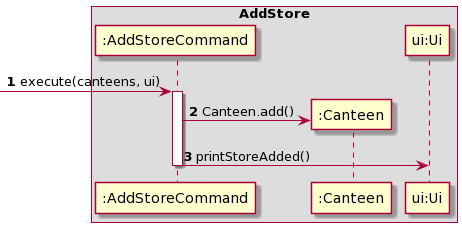
The PlantUML diagram docs/img/AddStore.png in nus-cs2113-AY2021S2/tp, before a commit. Its diagram source:
```plantuml
@startuml

autonumber
box AddStore

->":AddStoreCommand" : execute(canteens, ui)
activate ":AddStoreCommand"

create ":Canteen"
":AddStoreCommand" -> ":Canteen" : Canteen.add()


":AddStoreCommand" -> "ui:Ui" : printStoreAdded()

deactivate ":AddStoreCommand"
@enduml
```
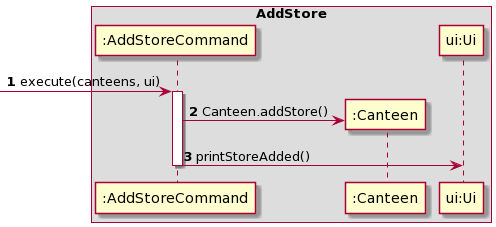
The same diagram one commit later.

The edit, as a diff of the source:
```diff
@@ -7,7 +7,7 @@
 activate ":AddStoreCommand"
 
 create ":Canteen"
-":AddStoreCommand" -> ":Canteen" : Canteen.add()
+":AddStoreCommand" -> ":Canteen" : Canteen.addStore()
 
 
 ":AddStoreCommand" -> "ui:Ui" : printStoreAdded()
```
